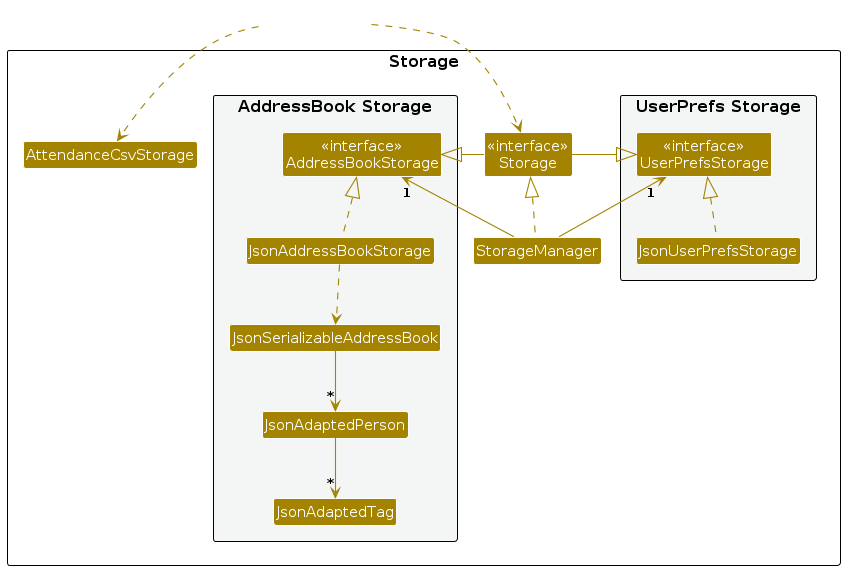
Above: diagrams/StorageClassDiagram.png in AY2526S1-CS2103T-F14B-1/tp (PlantUML), before the change. Its source is kept beside it as diagrams/StorageClassDiagram.puml.
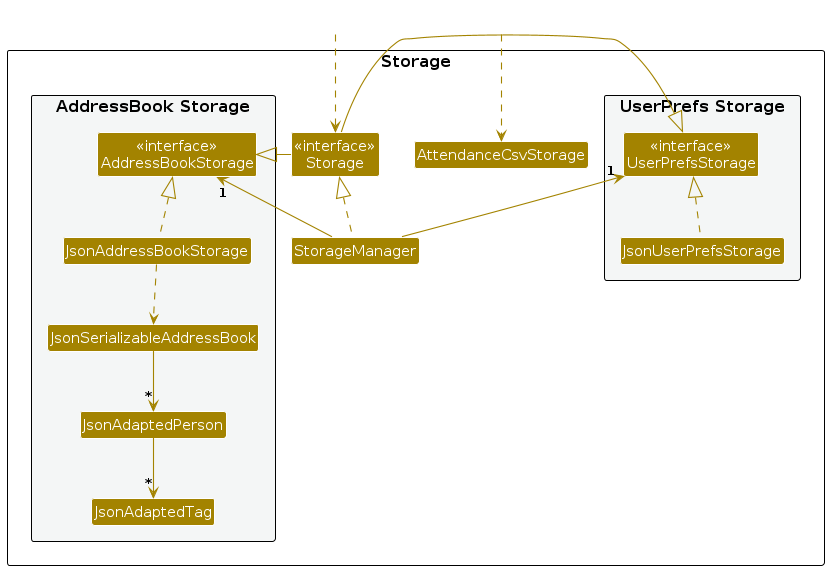
Above is the later version.

What changed in the source:
```diff
@@ -26,9 +26,10 @@
 
 }
 
-Class HiddenOutside #FFFFFF
-HiddenOutside ..> Storage
-HiddenOutside ..> AttendanceCsvStorage
+Class HiddenOutside1 #FFFFFF
+Class HiddenOutside2 #FFFFFF
+HiddenOutside1 ..> Storage
+HiddenOutside2 ..> AttendanceCsvStorage
 
 StorageManager .up.|> Storage
 StorageManager -up-> "1" UserPrefsStorage
```
